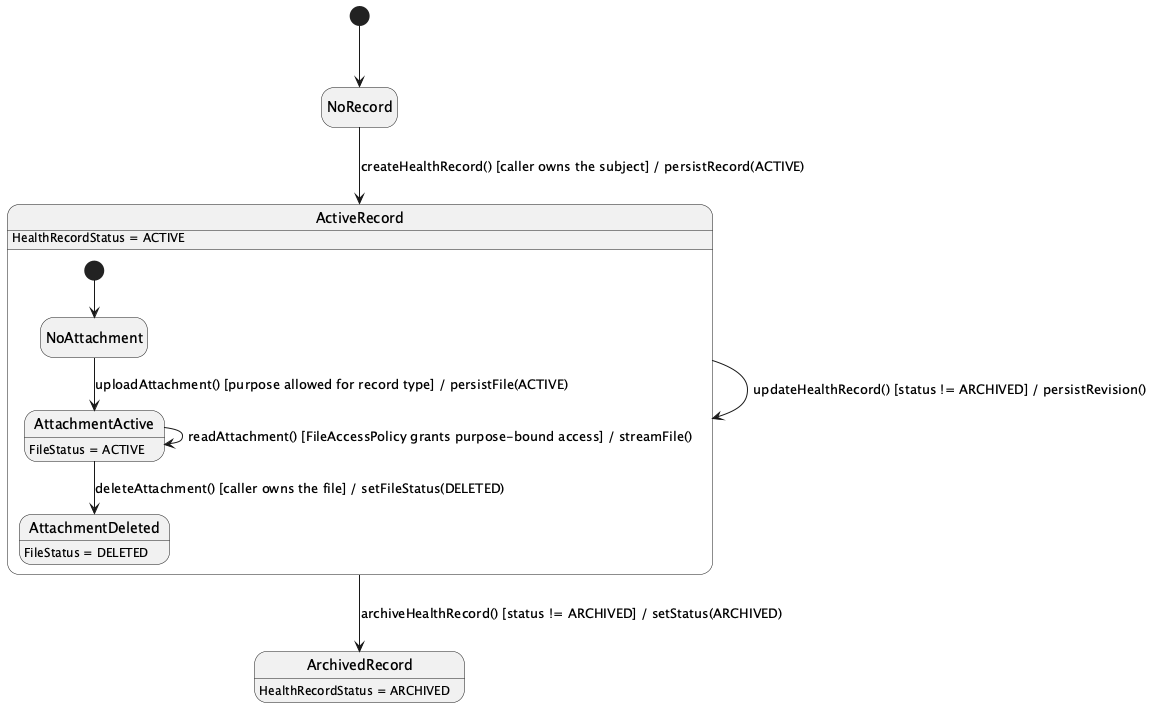
ChuongBDHE172784/CareBridge_SEP490_G79 keeps this PlantUML diagram as 03_Design/Detailed_Design/MF02_Mother_Care_Journey/images/04_Personal_Health_Record_and_Attachment_Lifecycle_StateChartDiagram.png. Above is the earlier version.
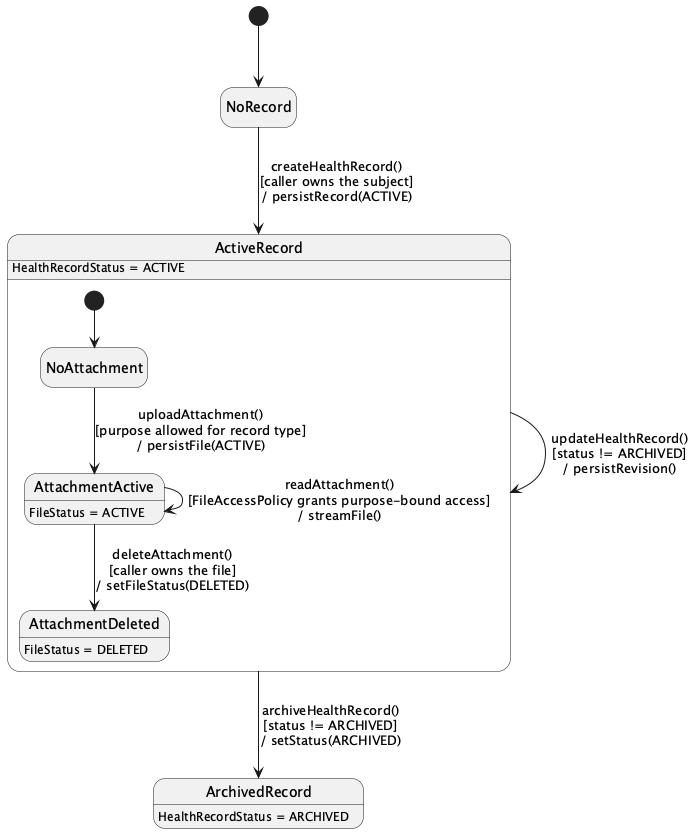
The same diagram one commit later.

Change to the diagram source:
```diff
@@ -1,16 +1,16 @@
-@startuml
+@startuml StateChartDiagram_04PersonalHealthRecordandAttachmentLifecycle
 hide empty description
 [*] --> NoRecord
 
-NoRecord --> ActiveRecord : createHealthRecord() [caller owns the subject] / persistRecord(ACTIVE)
-ActiveRecord --> ActiveRecord : updateHealthRecord() [status != ARCHIVED] / persistRevision()
-ActiveRecord --> ArchivedRecord : archiveHealthRecord() [status != ARCHIVED] / setStatus(ARCHIVED)
+NoRecord --> ActiveRecord : createHealthRecord()\n[caller owns the subject]\n/ persistRecord(ACTIVE)
+ActiveRecord --> ActiveRecord : updateHealthRecord()\n[status != ARCHIVED]\n/ persistRevision()
+ActiveRecord --> ArchivedRecord : archiveHealthRecord()\n[status != ARCHIVED]\n/ setStatus(ARCHIVED)
 
 state ActiveRecord {
   [*] --> NoAttachment
-  NoAttachment --> AttachmentActive : uploadAttachment() [purpose allowed for record type] / persistFile(ACTIVE)
-  AttachmentActive --> AttachmentActive : readAttachment() [FileAccessPolicy grants purpose-bound access] / streamFile()
-  AttachmentActive --> AttachmentDeleted : deleteAttachment() [caller owns the file] / setFileStatus(DELETED)
+  NoAttachment --> AttachmentActive : uploadAttachment()\n[purpose allowed for record type]\n/ persistFile(ACTIVE)
+  AttachmentActive --> AttachmentActive : readAttachment()\n[FileAccessPolicy grants purpose-bound access]\n/ streamFile()
+  AttachmentActive --> AttachmentDeleted : deleteAttachment()\n[caller owns the file]\n/ setFileStatus(DELETED)
 }
 
 ActiveRecord : HealthRecordStatus = ACTIVE
```
